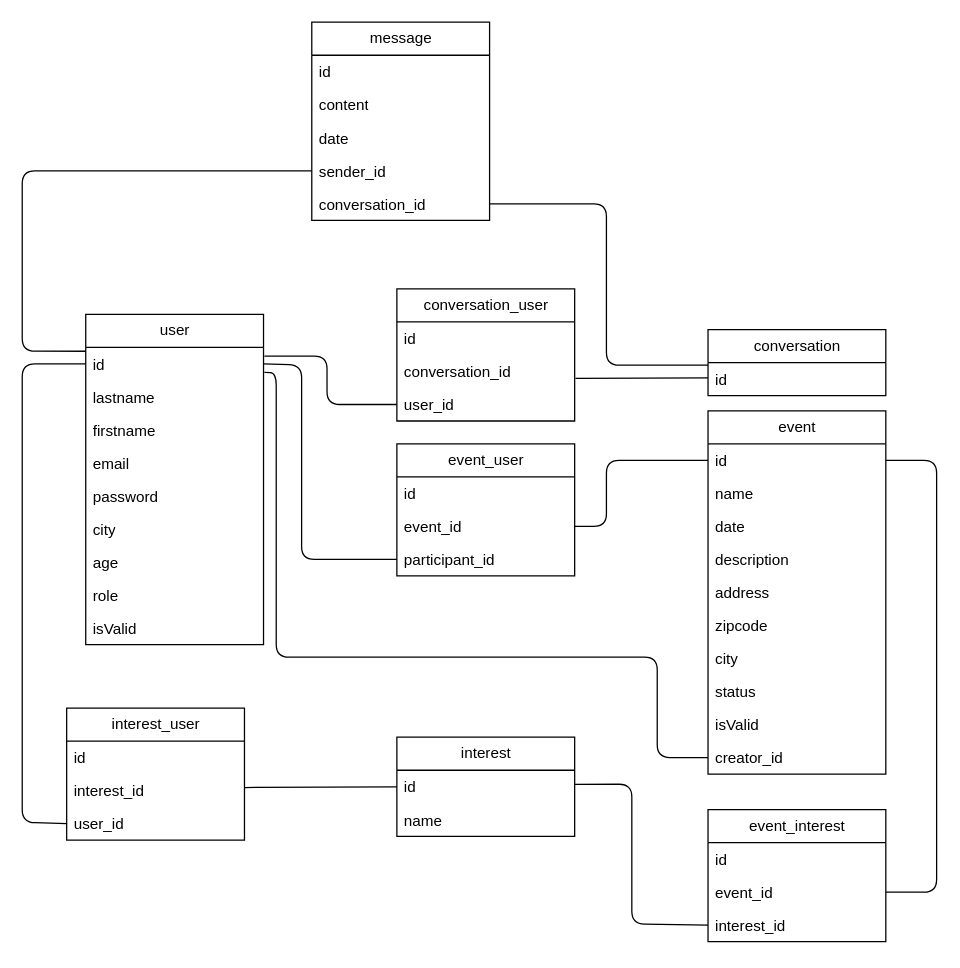
LunaireFlare/orizon keeps this draw.io diagram as conception/database_modelling/MLD/mld.drawio. Above is the earlier version. Source tidied: cells renumbered, new cells numbered last; positions are measured from the earlier drawing's top-left corner, leaving out a move shared by most shapes. Both pictures are drawn from the tidied source at 127%, with x=0, y=0 at pixel (22, 22).
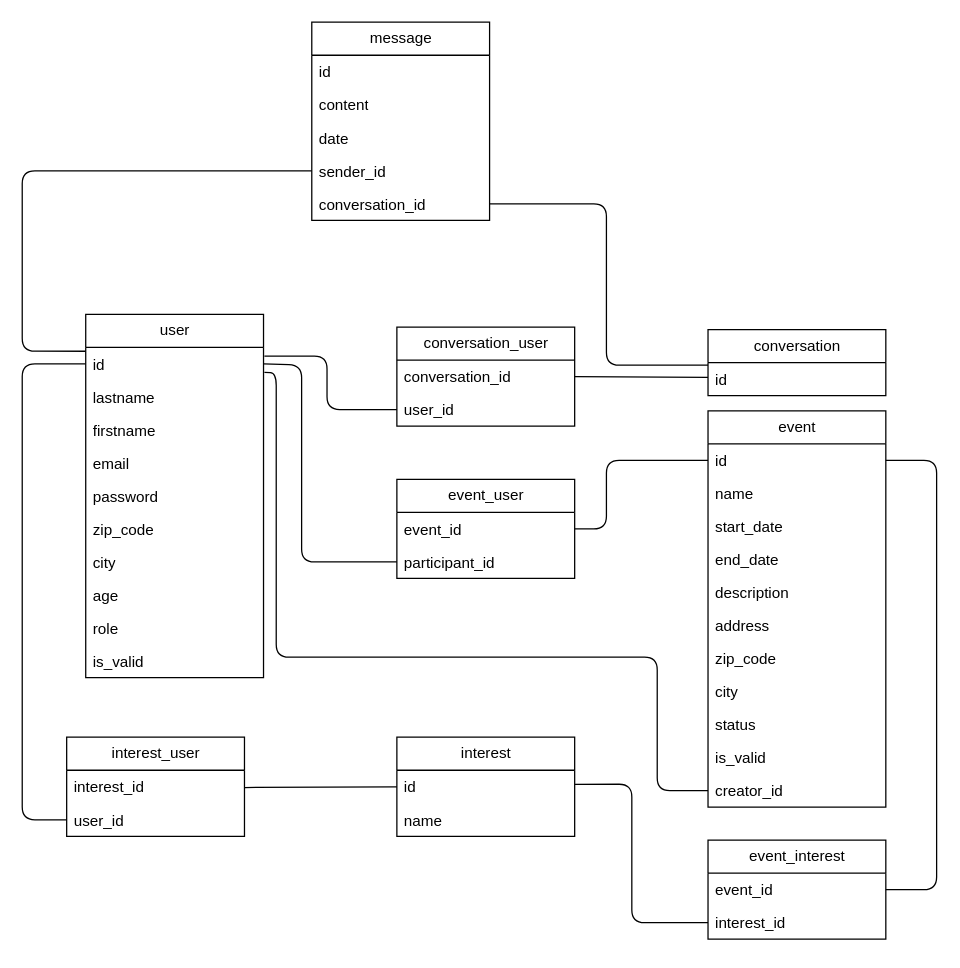
The same diagram, later.

Unchanged cells that the change refers to:
```xml
<mxCell id="3" value="id" style="text;strokeColor=none;fillColor=none;align=left;verticalAlign=top;spacingLeft=4;spacingRight=4;overflow=hidden;points=[[0,0.5],[1,0.5]];portConstraint=eastwest;whiteSpace=wrap;html=1;" parent="2" vertex="1">
  <mxGeometry y="26" width="140" height="26" as="geometry" />
</mxCell>
<mxCell id="19" value="id" style="text;strokeColor=none;fillColor=none;align=left;verticalAlign=top;spacingLeft=4;spacingRight=4;overflow=hidden;points=[[0,0.5],[1,0.5]];portConstraint=eastwest;whiteSpace=wrap;html=1;" parent="18" vertex="1">
  <mxGeometry y="26" width="140" height="26" as="geometry" />
</mxCell>
<mxCell id="30" value="id" style="text;strokeColor=none;fillColor=none;align=left;verticalAlign=top;spacingLeft=4;spacingRight=4;overflow=hidden;points=[[0,0.5],[1,0.5]];portConstraint=eastwest;whiteSpace=wrap;html=1;" parent="29" vertex="1">
  <mxGeometry y="26" width="140" height="26" as="geometry" />
</mxCell>
<mxCell id="33" value="id" style="text;strokeColor=none;fillColor=none;align=left;verticalAlign=top;spacingLeft=4;spacingRight=4;overflow=hidden;points=[[0,0.5],[1,0.5]];portConstraint=eastwest;whiteSpace=wrap;html=1;" parent="32" vertex="1">
  <mxGeometry y="26" width="140" height="26" as="geometry" />
</mxCell>
```

What changed in the source:
```diff
@@
     <mxCell id="2" value="user" style="swimlane;fontStyle=0;horizontal=1;startSize=26;fillColor=none;html=1;" parent="1" vertex="1">
-      <mxGeometry x="50" y="230" width="140" height="260" as="geometry" />
+      <mxGeometry x="50" y="230" width="140" height="286" as="geometry" />
     </mxCell>
@@
+    <mxCell id="61" value="zip_code" style="text;strokeColor=none;fillColor=none;align=left;verticalAlign=top;spacingLeft=4;spacingRight=4;overflow=hidden;whiteSpace=wrap;html=1;" parent="2" vertex="1">
+      <mxGeometry y="156" width="140" height="26" as="geometry" />
+    </mxCell>
     <mxCell id="8" value="city" style="text;strokeColor=none;fillColor=none;align=left;verticalAlign=top;spacingLeft=4;spacingRight=4;overflow=hidden;whiteSpace=wrap;html=1;" parent="2" vertex="1">
-      <mxGeometry y="156" width="140" height="26" as="geometry" />
+      <mxGeometry y="182" width="140" height="26" as="geometry" />
     </mxCell>
     <mxCell id="9" value="age" style="text;strokeColor=none;fillColor=none;align=left;verticalAlign=top;spacingLeft=4;spacingRight=4;overflow=hidden;whiteSpace=wrap;html=1;" parent="2" vertex="1">
-      <mxGeometry y="182" width="140" height="26" as="geometry" />
+      <mxGeometry y="208" width="140" height="26" as="geometry" />
     </mxCell>
     <mxCell id="10" value="role" style="text;strokeColor=none;fillColor=none;align=left;verticalAlign=top;spacingLeft=4;spacingRight=4;overflow=hidden;whiteSpace=wrap;html=1;" parent="2" vertex="1">
-      <mxGeometry y="208" width="140" height="26" as="geometry" />
+      <mxGeometry y="234" width="140" height="26" as="geometry" />
     </mxCell>
-    <mxCell id="11" value="isValid" style="text;strokeColor=none;fillColor=none;align=left;verticalAlign=top;spacingLeft=4;spacingRight=4;overflow=hidden;whiteSpace=wrap;html=1;" parent="2" vertex="1">
-      <mxGeometry y="234" width="140" height="26" as="geometry" />
+    <mxCell id="11" value="is_valid" style="text;strokeColor=none;fillColor=none;align=left;verticalAlign=top;spacingLeft=4;spacingRight=4;overflow=hidden;whiteSpace=wrap;html=1;" parent="2" vertex="1">
+      <mxGeometry y="260" width="140" height="26" as="geometry" />
     </mxCell>
@@
     <mxCell id="18" value="event" style="swimlane;fontStyle=0;horizontal=1;startSize=26;fillColor=none;html=1;" parent="1" vertex="1">
-      <mxGeometry x="540" y="306" width="140" height="286" as="geometry" />
+      <mxGeometry x="540" y="306" width="140" height="312" as="geometry" />
     </mxCell>
@@
-    <mxCell id="21" value="date" style="text;strokeColor=none;fillColor=none;align=left;verticalAlign=top;spacingLeft=4;spacingRight=4;overflow=hidden;whiteSpace=wrap;html=1;" parent="18" vertex="1">
+    <mxCell id="21" value="start_date" style="text;strokeColor=none;fillColor=none;align=left;verticalAlign=top;spacingLeft=4;spacingRight=4;overflow=hidden;whiteSpace=wrap;html=1;" parent="18" vertex="1">
       <mxGeometry y="78" width="140" height="26" as="geometry" />
     </mxCell>
+    <mxCell id="62" value="end_date" style="text;strokeColor=none;fillColor=none;align=left;verticalAlign=top;spacingLeft=4;spacingRight=4;overflow=hidden;whiteSpace=wrap;html=1;" parent="18" vertex="1">
+      <mxGeometry y="104" width="140" height="26" as="geometry" />
+    </mxCell>
     <mxCell id="22" value="description" style="text;strokeColor=none;fillColor=none;align=left;verticalAlign=top;spacingLeft=4;spacingRight=4;overflow=hidden;whiteSpace=wrap;html=1;" parent="18" vertex="1">
-      <mxGeometry y="104" width="140" height="26" as="geometry" />
+      <mxGeometry y="130" width="140" height="26" as="geometry" />
     </mxCell>
     <mxCell id="23" value="address" style="text;strokeColor=none;fillColor=none;align=left;verticalAlign=top;spacingLeft=4;spacingRight=4;overflow=hidden;whiteSpace=wrap;html=1;" parent="18" vertex="1">
-      <mxGeometry y="130" width="140" height="26" as="geometry" />
+      <mxGeometry y="156" width="140" height="26" as="geometry" />
     </mxCell>
-    <mxCell id="24" value="zipcode" style="text;strokeColor=none;fillColor=none;align=left;verticalAlign=top;spacingLeft=4;spacingRight=4;overflow=hidden;whiteSpace=wrap;html=1;" parent="18" vertex="1">
-      <mxGeometry y="156" width="140" height="26" as="geometry" />
+    <mxCell id="24" value="zip_code" style="text;strokeColor=none;fillColor=none;align=left;verticalAlign=top;spacingLeft=4;spacingRight=4;overflow=hidden;whiteSpace=wrap;html=1;" parent="18" vertex="1">
+      <mxGeometry y="182" width="140" height="26" as="geometry" />
     </mxCell>
     <mxCell id="25" value="city" style="text;strokeColor=none;fillColor=none;align=left;verticalAlign=top;spacingLeft=4;spacingRight=4;overflow=hidden;whiteSpace=wrap;html=1;" parent="18" vertex="1">
-      <mxGeometry y="182" width="140" height="26" as="geometry" />
+      <mxGeometry y="208" width="140" height="26" as="geometry" />
     </mxCell>
     <mxCell id="26" value="status" style="text;strokeColor=none;fillColor=none;align=left;verticalAlign=top;spacingLeft=4;spacingRight=4;overflow=hidden;whiteSpace=wrap;html=1;" parent="18" vertex="1">
-      <mxGeometry y="208" width="140" height="26" as="geometry" />
+      <mxGeometry y="234" width="140" height="26" as="geometry" />
     </mxCell>
-    <mxCell id="27" value="isValid" style="text;strokeColor=none;fillColor=none;align=left;verticalAlign=top;spacingLeft=4;spacingRight=4;overflow=hidden;whiteSpace=wrap;html=1;" parent="18" vertex="1">
-      <mxGeometry y="234" width="140" height="26" as="geometry" />
+    <mxCell id="27" value="is_valid" style="text;strokeColor=none;fillColor=none;align=left;verticalAlign=top;spacingLeft=4;spacingRight=4;overflow=hidden;whiteSpace=wrap;html=1;" parent="18" vertex="1">
+      <mxGeometry y="260" width="140" height="26" as="geometry" />
     </mxCell>
     <mxCell id="28" value="creator_id" style="text;strokeColor=none;fillColor=none;align=left;verticalAlign=top;spacingLeft=4;spacingRight=4;overflow=hidden;points=[[0,0.5],[1,0.5]];portConstraint=eastwest;whiteSpace=wrap;html=1;" parent="18" vertex="1">
-      <mxGeometry y="260" width="140" height="26" as="geometry" />
+      <mxGeometry y="286" width="140" height="26" as="geometry" />
     </mxCell>
@@
     <mxCell id="36" style="endArrow=none;html=1;exitX=0;exitY=0.5;exitDx=0;exitDy=0;entryX=1.005;entryY=0.263;entryDx=0;entryDy=0;entryPerimeter=0;" parent="1" edge="1" source="54" target="3">
       <mxGeometry relative="1" as="geometry">
         <Array as="points">
-          <mxPoint x="240" y="301" />
+          <mxPoint x="240" y="305" />
           <mxPoint x="240" y="263" />
         </Array>
       </mxGeometry>
     </mxCell>
-    <mxCell id="37" style="endArrow=none;html=1;entryX=1;entryY=0.5;entryDx=0;entryDy=0;exitX=-0.004;exitY=0.249;exitDx=0;exitDy=0;exitPerimeter=0;" parent="1" edge="1">
-      <mxGeometry relative="1" as="geometry">
-        <mxPoint x="540" y="280" as="sourcePoint" />
-        <mxPoint x="435.6" y="280.5" as="targetPoint" />
-      </mxGeometry>
+    <mxCell id="37" style="endArrow=none;html=1;entryX=1;entryY=0.5;entryDx=0;entryDy=0;exitX=0;exitY=0.445;exitDx=0;exitDy=0;exitPerimeter=0;" parent="1" edge="1" source="33" target="53">
+      <mxGeometry relative="1" as="geometry" />
     </mxCell>
     <mxCell id="38" style="endArrow=none;html=1;entryX=0;entryY=0.5;entryDx=0;entryDy=0;exitX=1;exitY=0.5;exitDx=0;exitDy=0;" parent="1" edge="1" source="48" target="19">
       <mxGeometry relative="1" as="geometry">
         <Array as="points">
-          <mxPoint x="460" y="397" />
+          <mxPoint x="460" y="399" />
           <mxPoint x="460" y="345" />
         </Array>
       </mxGeometry>
     </mxCell>
     <mxCell id="39" style="endArrow=none;html=1;entryX=1.005;entryY=0.756;entryDx=0;entryDy=0;entryPerimeter=0;exitX=0;exitY=0.5;exitDx=0;exitDy=0;" parent="1" edge="1" source="28" target="3">
       <mxGeometry relative="1" as="geometry">
         <Array as="points">
-          <mxPoint x="500" y="579" />
+          <mxPoint x="500" y="605" />
           <mxPoint x="500" y="500" />
           <mxPoint x="200" y="500" />
           <mxPoint x="200" y="276" />
         </Array>
       </mxGeometry>
     </mxCell>
     <mxCell id="40" style="endArrow=none;html=1;exitX=0;exitY=0.5;exitDx=0;exitDy=0;entryX=0;entryY=0.5;entryDx=0;entryDy=0;" parent="1" edge="1" source="45" target="3">
       <mxGeometry relative="1" as="geometry">
         <Array as="points">
-          <mxPoint y="630" />
+          <mxPoint y="628" />
           <mxPoint y="269" />
         </Array>
       </mxGeometry>
     </mxCell>
@@
     <mxCell id="42" value="interest_user" style="swimlane;fontStyle=0;horizontal=1;startSize=26;fillColor=none;html=1;" parent="1" vertex="1">
-      <mxGeometry x="35" y="540" width="140" height="104" as="geometry" />
+      <mxGeometry x="35" y="563" width="140" height="78" as="geometry" />
     </mxCell>
-    <mxCell id="43" value="id" style="text;strokeColor=none;fillColor=none;align=left;verticalAlign=top;spacingLeft=4;spacingRight=4;overflow=hidden;whiteSpace=wrap;html=1;" parent="42" vertex="1">
-      <mxGeometry y="26" width="140" height="26" as="geometry" />
-    </mxCell>
     <mxCell id="44" value="interest_id" style="text;strokeColor=none;fillColor=none;align=left;verticalAlign=top;spacingLeft=4;spacingRight=4;overflow=hidden;whiteSpace=wrap;html=1;" parent="42" vertex="1">
-      <mxGeometry y="52" width="140" height="26" as="geometry" />
+      <mxGeometry y="26" width="140" height="26" as="geometry" />
     </mxCell>
     <mxCell id="45" value="user_id" style="text;strokeColor=none;fillColor=none;align=left;verticalAlign=top;spacingLeft=4;spacingRight=4;overflow=hidden;points=[[0,0.5],[1,0.5]];portConstraint=eastwest;whiteSpace=wrap;html=1;" parent="42" vertex="1">
-      <mxGeometry y="78" width="140" height="26" as="geometry" />
+      <mxGeometry y="52" width="140" height="26" as="geometry" />
     </mxCell>
     <mxCell id="46" value="event_user" style="swimlane;fontStyle=0;horizontal=1;startSize=26;fillColor=none;html=1;" parent="1" vertex="1">
-      <mxGeometry x="295" y="332" width="140" height="104" as="geometry" />
+      <mxGeometry x="295" y="360" width="140" height="78" as="geometry" />
     </mxCell>
-    <mxCell id="47" value="id" style="text;strokeColor=none;fillColor=none;align=left;verticalAlign=top;spacingLeft=4;spacingRight=4;overflow=hidden;whiteSpace=wrap;html=1;" parent="46" vertex="1">
-      <mxGeometry y="26" width="140" height="26" as="geometry" />
-    </mxCell>
     <mxCell id="48" value="event_id" style="text;strokeColor=none;fillColor=none;align=left;verticalAlign=top;spacingLeft=4;spacingRight=4;overflow=hidden;points=[[0,0.5],[1,0.5]];portConstraint=eastwest;whiteSpace=wrap;html=1;" parent="46" vertex="1">
-      <mxGeometry y="52" width="140" height="26" as="geometry" />
+      <mxGeometry y="26" width="140" height="26" as="geometry" />
     </mxCell>
     <mxCell id="49" value="participant_id" style="text;strokeColor=none;fillColor=none;align=left;verticalAlign=top;spacingLeft=4;spacingRight=4;overflow=hidden;points=[[0,0.5],[1,0.5]];portConstraint=eastwest;whiteSpace=wrap;html=1;" parent="46" vertex="1">
-      <mxGeometry y="78" width="140" height="26" as="geometry" />
+      <mxGeometry y="52" width="140" height="26" as="geometry" />
     </mxCell>
     <mxCell id="50" style="endArrow=none;html=1;entryX=0;entryY=0.5;entryDx=0;entryDy=0;exitX=1;exitY=0.5;exitDx=0;exitDy=0;" parent="1" edge="1" source="3" target="49">
       <mxGeometry relative="1" as="geometry">
         <Array as="points">
           <mxPoint x="220" y="270" />
-          <mxPoint x="220" y="423" />
+          <mxPoint x="220" y="425" />
         </Array>
       </mxGeometry>
     </mxCell>
     <mxCell id="51" value="conversation_user" style="swimlane;fontStyle=0;horizontal=1;startSize=26;fillColor=none;html=1;" parent="1" vertex="1">
-      <mxGeometry x="295" y="210" width="140" height="104" as="geometry" />
+      <mxGeometry x="295" y="240" width="140" height="78" as="geometry" />
     </mxCell>
-    <mxCell id="52" value="id" style="text;strokeColor=none;fillColor=none;align=left;verticalAlign=top;spacingLeft=4;spacingRight=4;overflow=hidden;whiteSpace=wrap;html=1;" parent="51" vertex="1">
-      <mxGeometry y="26" width="140" height="26" as="geometry" />
-    </mxCell>
     <mxCell id="53" value="conversation_id" style="text;strokeColor=none;fillColor=none;align=left;verticalAlign=top;spacingLeft=4;spacingRight=4;overflow=hidden;points=[[0,0.5],[1,0.5]];portConstraint=eastwest;whiteSpace=wrap;html=1;" parent="51" vertex="1">
-      <mxGeometry y="52" width="140" height="26" as="geometry" />
+      <mxGeometry y="26" width="140" height="26" as="geometry" />
     </mxCell>
     <mxCell id="54" value="user_id" style="text;strokeColor=none;fillColor=none;align=left;verticalAlign=top;spacingLeft=4;spacingRight=4;overflow=hidden;points=[[0,0.5],[1,0.5]];portConstraint=eastwest;whiteSpace=wrap;html=1;" parent="51" vertex="1">
-      <mxGeometry y="78" width="140" height="26" as="geometry" />
+      <mxGeometry y="52" width="140" height="26" as="geometry" />
     </mxCell>
     <mxCell id="55" value="event_interest" style="swimlane;fontStyle=0;horizontal=1;startSize=26;fillColor=none;html=1;" parent="1" vertex="1">
-      <mxGeometry x="540" y="620" width="140" height="104" as="geometry" />
+      <mxGeometry x="540" y="644" width="140" height="78" as="geometry" />
     </mxCell>
-    <mxCell id="56" value="id" style="text;strokeColor=none;fillColor=none;align=left;verticalAlign=top;spacingLeft=4;spacingRight=4;overflow=hidden;whiteSpace=wrap;html=1;" parent="55" vertex="1">
-      <mxGeometry y="26" width="140" height="26" as="geometry" />
-    </mxCell>
     <mxCell id="57" value="event_id" style="text;strokeColor=none;fillColor=none;align=left;verticalAlign=top;spacingLeft=4;spacingRight=4;overflow=hidden;points=[[0,0.5],[1,0.5]];portConstraint=eastwest;whiteSpace=wrap;html=1;" parent="55" vertex="1">
-      <mxGeometry y="52" width="140" height="26" as="geometry" />
+      <mxGeometry y="26" width="140" height="26" as="geometry" />
     </mxCell>
     <mxCell id="58" value="interest_id" style="text;strokeColor=none;fillColor=none;align=left;verticalAlign=top;spacingLeft=4;spacingRight=4;overflow=hidden;points=[[0,0.5],[1,0.5]];portConstraint=eastwest;whiteSpace=wrap;html=1;" parent="55" vertex="1">
-      <mxGeometry y="78" width="140" height="26" as="geometry" />
+      <mxGeometry y="52" width="140" height="26" as="geometry" />
     </mxCell>
     <mxCell id="59" style="endArrow=none;html=1;entryX=0;entryY=0.5;entryDx=0;entryDy=0;exitX=1.002;exitY=0.427;exitDx=0;exitDy=0;exitPerimeter=0;" parent="1" edge="1" source="30" target="58">
       <mxGeometry relative="1" as="geometry">
         <Array as="points">
           <mxPoint x="480" y="600" />
-          <mxPoint x="480" y="710" />
+          <mxPoint x="480" y="709" />
         </Array>
       </mxGeometry>
     </mxCell>
     <mxCell id="60" style="endArrow=none;html=1;entryX=1;entryY=0.5;entryDx=0;entryDy=0;exitX=1;exitY=0.5;exitDx=0;exitDy=0;" parent="1" edge="1" source="57" target="19">
       <mxGeometry relative="1" as="geometry">
         <Array as="points">
-          <mxPoint x="720" y="685" />
+          <mxPoint x="720" y="683" />
           <mxPoint x="720" y="345" />
         </Array>
       </mxGeometry>
     </mxCell>
```
